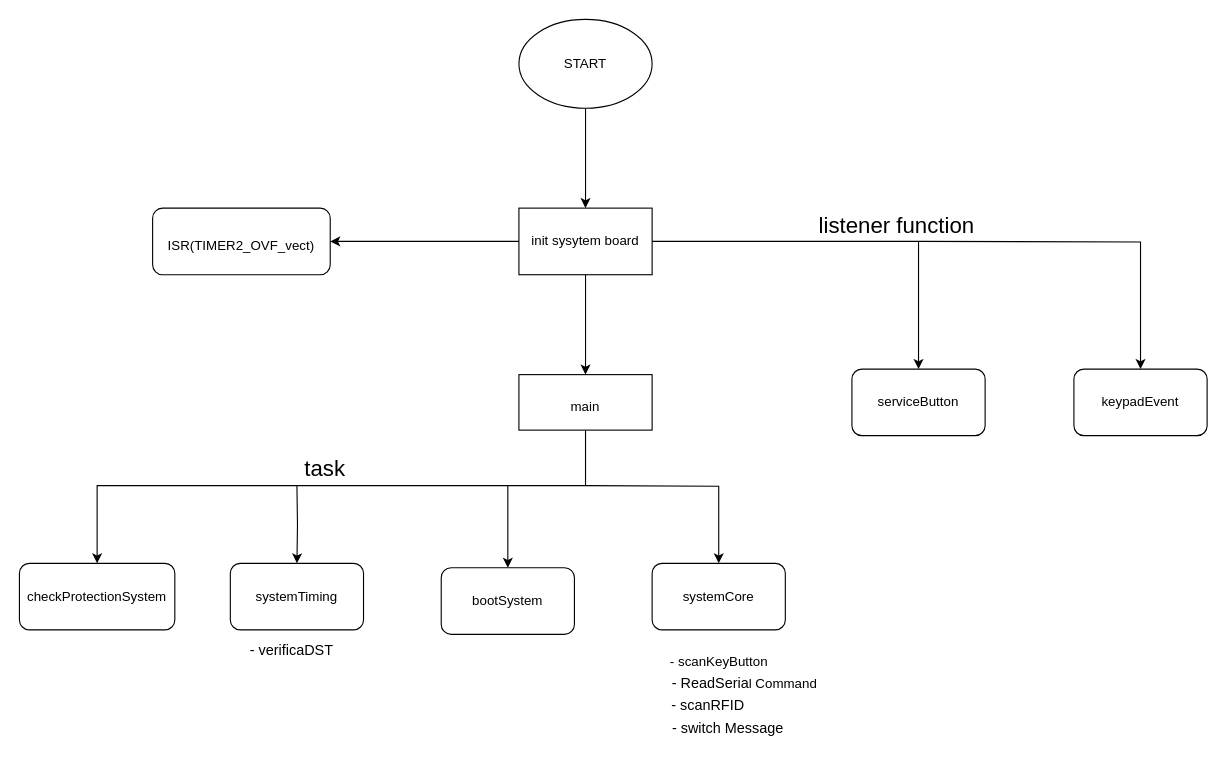
Before: Diagramma non titolato.drawio in antovar70/CiabattaDomotica, a draw.io diagram. Source tidied: cells renumbered, new cells numbered last; positions are measured from the earlier drawing's top-left corner, leaving out a move shared by most shapes. Both pictures are drawn from the tidied source at 111%, with x=0, y=0 at pixel (19, 19).
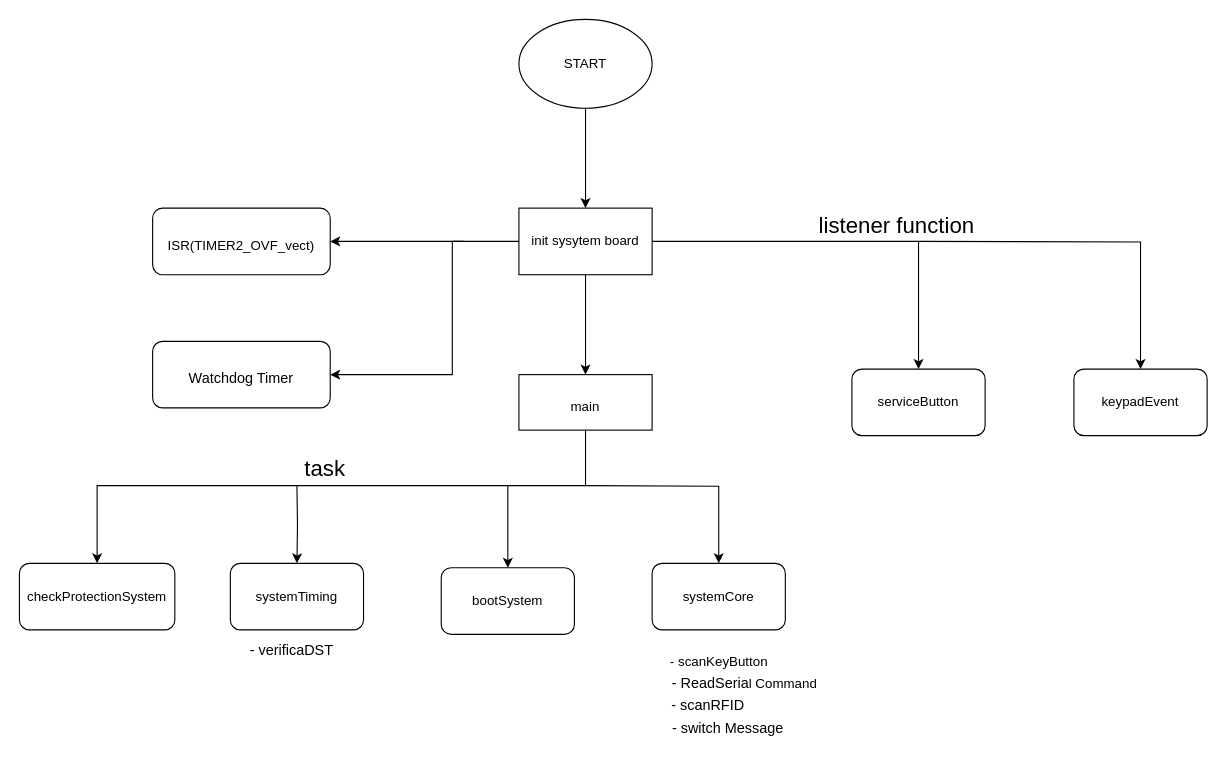
Above is the later version.

The edit, as a diff of the source:
```diff
@@
+    <mxCell id="28" style="edgeStyle=orthogonalEdgeStyle;rounded=0;jettySize=auto;html=1;fontSize=20;" parent="1" edge="1" target="29">
+      <mxGeometry relative="1" as="geometry">
+        <mxPoint x="400" y="200" as="sourcePoint" />
+        <Array as="points">
+          <mxPoint x="390" y="200" />
+          <mxPoint x="390" y="320" />
+        </Array>
+      </mxGeometry>
+    </mxCell>
+    <mxCell id="29" value="&lt;font style=&quot;font-size: 13px&quot;&gt;Watchdog Timer&lt;/font&gt;" style="rounded=1;whiteSpace=wrap;html=1;fontSize=20;" parent="1" vertex="1">
+      <mxGeometry x="120" y="290" width="160" height="60" as="geometry" />
+    </mxCell>
```
